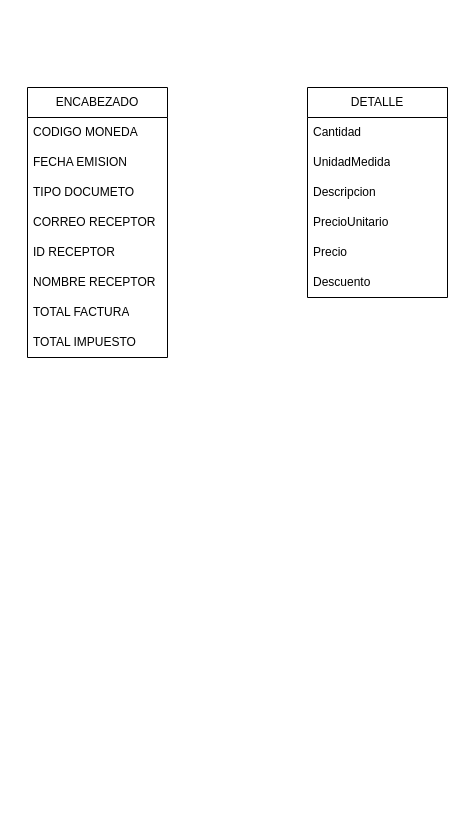
jvillalta696/xml-to-sap keeps this draw.io diagram as page "CAMPOS REQUERIDOS" (3 of 3) of Facturación electrónica Guatemala.drawio. Above is the earlier version. Source tidied: cells renumbered, new cells numbered last; positions are measured from the earlier drawing's top-left corner, leaving out a move shared by most shapes. Both pictures are drawn from the tidied source at 100%, with x=0, y=0 at pixel (27, 87).
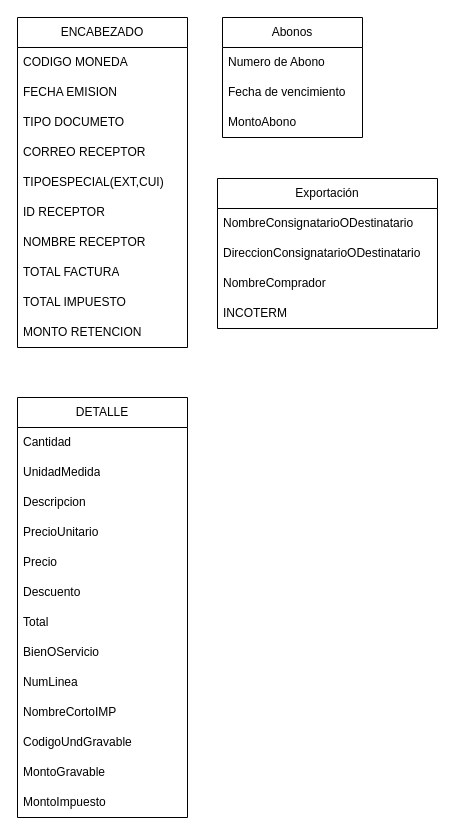
After the change.

The edit, as a diff of the source:
```diff
@@
     <mxCell id="2" value="ENCABEZADO" style="swimlane;fontStyle=0;horizontal=1;startSize=30;whiteSpace=wrap;html=1;" parent="1" vertex="1">
-      <mxGeometry width="140" height="270" as="geometry" />
+      <mxGeometry x="-10" y="-70" width="170" height="330" as="geometry" />
     </mxCell>
     <mxCell id="3" value="CODIGO MONEDA" style="text;strokeColor=none;fillColor=none;align=left;verticalAlign=middle;spacingLeft=4;spacingRight=4;overflow=hidden;whiteSpace=wrap;html=1;" parent="2" vertex="1">
-      <mxGeometry y="30" width="140" height="30" as="geometry" />
+      <mxGeometry y="30" width="170" height="30" as="geometry" />
     </mxCell>
     <mxCell id="4" value="FECHA EMISION" style="text;strokeColor=none;fillColor=none;align=left;verticalAlign=middle;spacingLeft=4;spacingRight=4;overflow=hidden;whiteSpace=wrap;html=1;" parent="2" vertex="1">
-      <mxGeometry y="60" width="140" height="30" as="geometry" />
+      <mxGeometry y="60" width="170" height="30" as="geometry" />
     </mxCell>
     <mxCell id="5" value="TIPO DOCUMETO" style="text;strokeColor=none;fillColor=none;align=left;verticalAlign=middle;spacingLeft=4;spacingRight=4;overflow=hidden;whiteSpace=wrap;html=1;" parent="2" vertex="1">
-      <mxGeometry y="90" width="140" height="30" as="geometry" />
+      <mxGeometry y="90" width="170" height="30" as="geometry" />
     </mxCell>
     <mxCell id="6" value="CORREO RECEPTOR" style="text;strokeColor=none;fillColor=none;align=left;verticalAlign=middle;spacingLeft=4;spacingRight=4;overflow=hidden;whiteSpace=wrap;html=1;" parent="2" vertex="1">
-      <mxGeometry y="120" width="140" height="30" as="geometry" />
+      <mxGeometry y="120" width="170" height="30" as="geometry" />
     </mxCell>
+    <mxCell id="18" value="TIPOESPECIAL(EXT,CUI)" style="text;strokeColor=none;fillColor=none;align=left;verticalAlign=middle;spacingLeft=4;spacingRight=4;overflow=hidden;whiteSpace=wrap;html=1;" parent="2" vertex="1">
+      <mxGeometry y="150" width="170" height="30" as="geometry" />
+    </mxCell>
     <mxCell id="7" value="ID RECEPTOR" style="text;strokeColor=none;fillColor=none;align=left;verticalAlign=middle;spacingLeft=4;spacingRight=4;overflow=hidden;whiteSpace=wrap;html=1;" parent="2" vertex="1">
-      <mxGeometry y="150" width="140" height="30" as="geometry" />
+      <mxGeometry y="180" width="170" height="30" as="geometry" />
     </mxCell>
     <mxCell id="8" value="NOMBRE RECEPTOR" style="text;strokeColor=none;fillColor=none;align=left;verticalAlign=middle;spacingLeft=4;spacingRight=4;overflow=hidden;whiteSpace=wrap;html=1;" parent="2" vertex="1">
-      <mxGeometry y="180" width="140" height="30" as="geometry" />
+      <mxGeometry y="210" width="170" height="30" as="geometry" />
     </mxCell>
     <mxCell id="9" value="TOTAL FACTURA" style="text;strokeColor=none;fillColor=none;align=left;verticalAlign=middle;spacingLeft=4;spacingRight=4;overflow=hidden;whiteSpace=wrap;html=1;" parent="2" vertex="1">
-      <mxGeometry y="210" width="140" height="30" as="geometry" />
+      <mxGeometry y="240" width="170" height="30" as="geometry" />
     </mxCell>
     <mxCell id="10" value="TOTAL IMPUESTO" style="text;strokeColor=none;fillColor=none;align=left;verticalAlign=middle;spacingLeft=4;spacingRight=4;overflow=hidden;whiteSpace=wrap;html=1;" parent="2" vertex="1">
-      <mxGeometry y="240" width="140" height="30" as="geometry" />
+      <mxGeometry y="270" width="170" height="30" as="geometry" />
     </mxCell>
+    <mxCell id="19" value="MONTO RETENCION" style="text;strokeColor=none;fillColor=none;align=left;verticalAlign=middle;spacingLeft=4;spacingRight=4;overflow=hidden;whiteSpace=wrap;html=1;" parent="2" vertex="1">
+      <mxGeometry y="300" width="170" height="30" as="geometry" />
+    </mxCell>
     <mxCell id="11" value="DETALLE" style="swimlane;fontStyle=0;horizontal=1;startSize=30;whiteSpace=wrap;html=1;" parent="1" vertex="1">
-      <mxGeometry x="280" width="140" height="210" as="geometry" />
+      <mxGeometry x="-10" y="310" width="170" height="420" as="geometry" />
     </mxCell>
     <mxCell id="12" value="Cantidad" style="text;strokeColor=none;fillColor=none;align=left;verticalAlign=middle;spacingLeft=4;spacingRight=4;overflow=hidden;whiteSpace=wrap;html=1;" parent="11" vertex="1">
-      <mxGeometry y="30" width="140" height="30" as="geometry" />
+      <mxGeometry y="30" width="170" height="30" as="geometry" />
     </mxCell>
     <mxCell id="13" value="UnidadMedida" style="text;strokeColor=none;fillColor=none;align=left;verticalAlign=middle;spacingLeft=4;spacingRight=4;overflow=hidden;whiteSpace=wrap;html=1;" parent="11" vertex="1">
-      <mxGeometry y="60" width="140" height="30" as="geometry" />
+      <mxGeometry y="60" width="170" height="30" as="geometry" />
     </mxCell>
     <mxCell id="14" value="Descripcion" style="text;strokeColor=none;fillColor=none;align=left;verticalAlign=middle;spacingLeft=4;spacingRight=4;overflow=hidden;whiteSpace=wrap;html=1;" parent="11" vertex="1">
-      <mxGeometry y="90" width="140" height="30" as="geometry" />
+      <mxGeometry y="90" width="170" height="30" as="geometry" />
     </mxCell>
     <mxCell id="15" value="PrecioUnitario" style="text;strokeColor=none;fillColor=none;align=left;verticalAlign=middle;spacingLeft=4;spacingRight=4;overflow=hidden;whiteSpace=wrap;html=1;" parent="11" vertex="1">
-      <mxGeometry y="120" width="140" height="30" as="geometry" />
+      <mxGeometry y="120" width="170" height="30" as="geometry" />
     </mxCell>
     <mxCell id="16" value="Precio" style="text;strokeColor=none;fillColor=none;align=left;verticalAlign=middle;spacingLeft=4;spacingRight=4;overflow=hidden;whiteSpace=wrap;html=1;" parent="11" vertex="1">
-      <mxGeometry y="150" width="140" height="30" as="geometry" />
+      <mxGeometry y="150" width="170" height="30" as="geometry" />
     </mxCell>
     <mxCell id="17" value="Descuento" style="text;strokeColor=none;fillColor=none;align=left;verticalAlign=middle;spacingLeft=4;spacingRight=4;overflow=hidden;whiteSpace=wrap;html=1;" parent="11" vertex="1">
-      <mxGeometry y="180" width="140" height="30" as="geometry" />
+      <mxGeometry y="180" width="170" height="30" as="geometry" />
     </mxCell>
+    <mxCell id="20" value="Total" style="text;strokeColor=none;fillColor=none;align=left;verticalAlign=middle;spacingLeft=4;spacingRight=4;overflow=hidden;whiteSpace=wrap;html=1;" parent="11" vertex="1">
+      <mxGeometry y="210" width="170" height="30" as="geometry" />
+    </mxCell>
+    <mxCell id="21" value="BienOServicio" style="text;strokeColor=none;fillColor=none;align=left;verticalAlign=middle;spacingLeft=4;spacingRight=4;overflow=hidden;whiteSpace=wrap;html=1;" parent="11" vertex="1">
+      <mxGeometry y="240" width="170" height="30" as="geometry" />
+    </mxCell>
+    <mxCell id="22" value="NumLinea" style="text;strokeColor=none;fillColor=none;align=left;verticalAlign=middle;spacingLeft=4;spacingRight=4;overflow=hidden;whiteSpace=wrap;html=1;" parent="11" vertex="1">
+      <mxGeometry y="270" width="170" height="30" as="geometry" />
+    </mxCell>
+    <mxCell id="23" value="NombreCortoIMP" style="text;strokeColor=none;fillColor=none;align=left;verticalAlign=middle;spacingLeft=4;spacingRight=4;overflow=hidden;whiteSpace=wrap;html=1;" parent="11" vertex="1">
+      <mxGeometry y="300" width="170" height="30" as="geometry" />
+    </mxCell>
+    <mxCell id="24" value="CodigoUndGravable" style="text;strokeColor=none;fillColor=none;align=left;verticalAlign=middle;spacingLeft=4;spacingRight=4;overflow=hidden;whiteSpace=wrap;html=1;" parent="11" vertex="1">
+      <mxGeometry y="330" width="170" height="30" as="geometry" />
+    </mxCell>
+    <mxCell id="25" value="MontoGravable" style="text;strokeColor=none;fillColor=none;align=left;verticalAlign=middle;spacingLeft=4;spacingRight=4;overflow=hidden;whiteSpace=wrap;html=1;" parent="11" vertex="1">
+      <mxGeometry y="360" width="170" height="30" as="geometry" />
+    </mxCell>
+    <mxCell id="26" value="MontoImpuesto" style="text;strokeColor=none;fillColor=none;align=left;verticalAlign=middle;spacingLeft=4;spacingRight=4;overflow=hidden;whiteSpace=wrap;html=1;" parent="11" vertex="1">
+      <mxGeometry y="390" width="170" height="30" as="geometry" />
+    </mxCell>
+    <mxCell id="27" value="Abonos" style="swimlane;fontStyle=0;horizontal=1;startSize=30;whiteSpace=wrap;html=1;" parent="1" vertex="1">
+      <mxGeometry x="195" y="-70" width="140" height="120" as="geometry" />
+    </mxCell>
+    <mxCell id="28" value="Numero de Abono" style="text;strokeColor=none;fillColor=none;align=left;verticalAlign=middle;spacingLeft=4;spacingRight=4;overflow=hidden;whiteSpace=wrap;html=1;" parent="27" vertex="1">
+      <mxGeometry y="30" width="140" height="30" as="geometry" />
+    </mxCell>
+    <mxCell id="29" value="Fecha de vencimiento" style="text;strokeColor=none;fillColor=none;align=left;verticalAlign=middle;spacingLeft=4;spacingRight=4;overflow=hidden;whiteSpace=wrap;html=1;" parent="27" vertex="1">
+      <mxGeometry y="60" width="140" height="30" as="geometry" />
+    </mxCell>
+    <mxCell id="30" value="MontoAbono" style="text;strokeColor=none;fillColor=none;align=left;verticalAlign=middle;spacingLeft=4;spacingRight=4;overflow=hidden;whiteSpace=wrap;html=1;" parent="27" vertex="1">
+      <mxGeometry y="90" width="140" height="30" as="geometry" />
+    </mxCell>
+    <mxCell id="31" value="Exportación" style="swimlane;fontStyle=0;horizontal=1;startSize=30;whiteSpace=wrap;html=1;" parent="1" vertex="1">
+      <mxGeometry x="190" y="91" width="220" height="150" as="geometry" />
+    </mxCell>
+    <mxCell id="32" value="NombreConsignatarioODestinatario" style="text;strokeColor=none;fillColor=none;align=left;verticalAlign=middle;spacingLeft=4;spacingRight=4;overflow=hidden;whiteSpace=wrap;html=1;" parent="31" vertex="1">
+      <mxGeometry y="30" width="220" height="30" as="geometry" />
+    </mxCell>
+    <mxCell id="33" value="DireccionConsignatarioODestinatario" style="text;strokeColor=none;fillColor=none;align=left;verticalAlign=middle;spacingLeft=4;spacingRight=4;overflow=hidden;whiteSpace=wrap;html=1;" parent="31" vertex="1">
+      <mxGeometry y="60" width="220" height="30" as="geometry" />
+    </mxCell>
+    <mxCell id="34" value="NombreComprador" style="text;strokeColor=none;fillColor=none;align=left;verticalAlign=middle;spacingLeft=4;spacingRight=4;overflow=hidden;whiteSpace=wrap;html=1;" parent="31" vertex="1">
+      <mxGeometry y="90" width="220" height="30" as="geometry" />
+    </mxCell>
+    <mxCell id="35" value="INCOTERM" style="text;strokeColor=none;fillColor=none;align=left;verticalAlign=middle;spacingLeft=4;spacingRight=4;overflow=hidden;whiteSpace=wrap;html=1;" parent="31" vertex="1">
+      <mxGeometry y="120" width="220" height="30" as="geometry" />
+    </mxCell>
```
